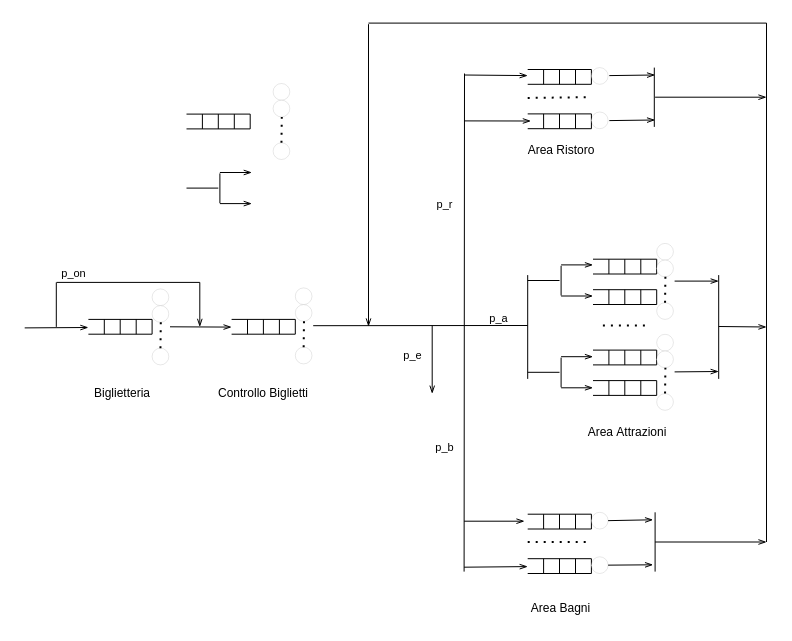
Before: page "First_Idea" (1 of 2) of Doc/First_Model.drawio in SimoneNicosanti/PMCSN_Project, a draw.io diagram. Source tidied: cells renumbered, new cells numbered last; positions are measured from the earlier drawing's top-left corner, leaving out a move shared by most shapes. Both pictures are drawn from the tidied source at 100%, with x=0, y=0 at pixel (24, 23).
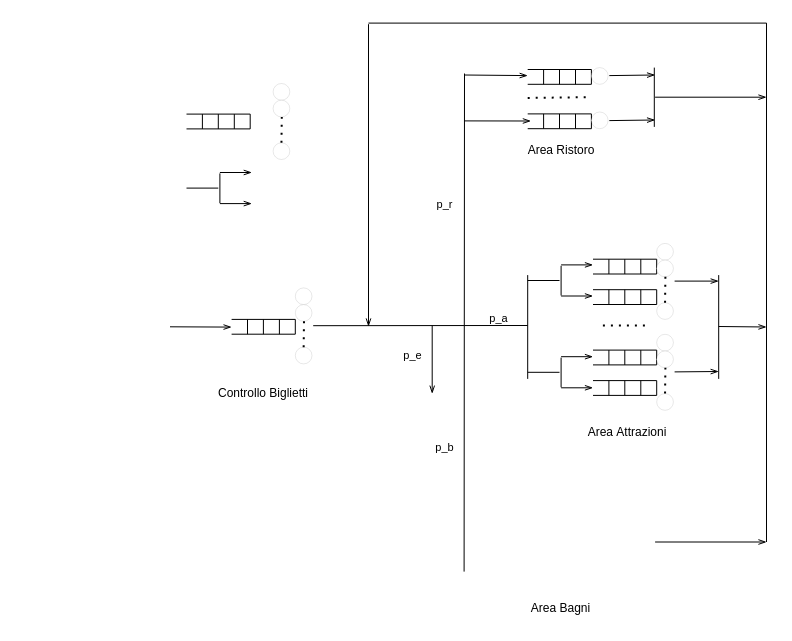
Above is the later version.

Diff of the diagram source:
```diff
@@
-    <mxCell id="3" style="group;" parent="1" vertex="1">
-      <mxGeometry x="63.9" y="295.9" width="63.7" height="14.8" as="geometry" />
-    </mxCell>
-    <mxCell id="4" style="endArrow=none;html=1;rounded=0;" parent="3" edge="1">
-      <mxGeometry relative="1" as="geometry">
-        <mxPoint as="sourcePoint" />
-        <mxPoint x="63.7" as="targetPoint" />
-      </mxGeometry>
-    </mxCell>
-    <mxCell id="5" style="endArrow=none;html=1;rounded=0;" parent="3" edge="1">
-      <mxGeometry relative="1" as="geometry">
-        <mxPoint x="63.7" y="14.8" as="sourcePoint" />
-        <mxPoint x="63.7" as="targetPoint" />
-      </mxGeometry>
-    </mxCell>
-    <mxCell id="6" style="endArrow=none;html=1;rounded=0;" parent="3" edge="1">
-      <mxGeometry relative="1" as="geometry">
-        <mxPoint y="14.8" as="sourcePoint" />
-        <mxPoint x="63.7" y="14.8" as="targetPoint" />
-      </mxGeometry>
-    </mxCell>
-    <mxCell id="7" style="endArrow=none;html=1;rounded=0;" parent="3" edge="1">
-      <mxGeometry relative="1" as="geometry">
-        <mxPoint x="47.8" y="14.8" as="sourcePoint" />
-        <mxPoint x="47.8" as="targetPoint" />
-        <Array as="points">
-          <mxPoint x="47.8" y="14.8" />
-        </Array>
-      </mxGeometry>
-    </mxCell>
-    <mxCell id="8" style="endArrow=none;html=1;rounded=0;" parent="3" edge="1">
-      <mxGeometry relative="1" as="geometry">
-        <mxPoint x="31.8" y="14.8" as="sourcePoint" />
-        <mxPoint x="31.8" as="targetPoint" />
-      </mxGeometry>
-    </mxCell>
-    <mxCell id="9" style="endArrow=none;html=1;rounded=0;" parent="3" edge="1">
-      <mxGeometry relative="1" as="geometry">
-        <mxPoint x="15.9" y="14.8" as="sourcePoint" />
-        <mxPoint x="15.9" as="targetPoint" />
-      </mxGeometry>
-    </mxCell>
-    <mxCell id="10" style="endArrow=openThin;html=1;rounded=0;startArrow=none;startFill=0;endFill=0;" parent="1" edge="1">
-      <mxGeometry relative="1" as="geometry">
-        <mxPoint x="0.2" y="304.4" as="sourcePoint" />
-        <mxPoint x="63.9" y="304" as="targetPoint" />
-      </mxGeometry>
-    </mxCell>
-    <mxCell id="11" value="Biglietteria" style="text;html=1;align=center;verticalAlign=middle;whiteSpace=wrap;rounded=0;fontSize=12;" parent="1" vertex="1">
-      <mxGeometry x="49.9" y="355.4" width="95.5" height="29.7" as="geometry" />
-    </mxCell>
@@
-    <mxCell id="25" style="group;" parent="1" vertex="1">
-      <mxGeometry x="127.6" y="265.4" width="17.9" height="76" as="geometry" />
-    </mxCell>
-    <mxCell id="26" style="ellipse;whiteSpace=wrap;html=1;strokeWidth=0;" parent="25" vertex="1">
-      <mxGeometry width="16.7" height="16.7" as="geometry" />
-    </mxCell>
-    <mxCell id="27" style="ellipse;whiteSpace=wrap;html=1;strokeWidth=0;" parent="25" vertex="1">
-      <mxGeometry y="16.7" width="16.7" height="16.7" as="geometry" />
-    </mxCell>
-    <mxCell id="28" style="ellipse;whiteSpace=wrap;html=1;strokeWidth=0;direction=south;" parent="25" vertex="1">
-      <mxGeometry y="59.3" width="16.7" height="16.7" as="geometry" />
-    </mxCell>
-    <mxCell id="29" style="endArrow=none;dashed=1;html=1;dashPattern=1 3;strokeWidth=2;rounded=0;exitX=0;exitY=0.5;exitDx=0;exitDy=0;" parent="25" edge="1" source="28">
-      <mxGeometry relative="1" as="geometry">
-        <mxPoint x="8.7" y="33.4" as="targetPoint" />
-      </mxGeometry>
-    </mxCell>
@@
-    <mxCell id="31" style="group;" parent="1" vertex="1">
-      <mxGeometry x="31.8" y="251.5" width="143.5" height="44.5" as="geometry" />
-    </mxCell>
-    <mxCell id="32" style="endArrow=none;html=1;rounded=0;" parent="31" edge="1">
-      <mxGeometry relative="1" as="geometry">
-        <mxPoint y="51.9" as="sourcePoint" />
-        <mxPoint y="7.4" as="targetPoint" />
-      </mxGeometry>
-    </mxCell>
-    <mxCell id="33" style="endArrow=none;html=1;rounded=0;" parent="31" edge="1">
-      <mxGeometry relative="1" as="geometry">
-        <mxPoint x="0.3" y="7.4" as="sourcePoint" />
-        <mxPoint x="143.5" y="7.4" as="targetPoint" />
-      </mxGeometry>
-    </mxCell>
-    <mxCell id="34" value="p_on" style="edgeLabel;html=1;align=center;verticalAlign=middle;" parent="33" vertex="1">
-      <mxGeometry x="-0.81" y="-1" relative="1" as="geometry">
-        <mxPoint x="2" y="-10" as="offset" />
-      </mxGeometry>
-    </mxCell>
-    <mxCell id="35" style="endArrow=none;html=1;rounded=0;startArrow=openThin;startFill=0;" parent="31" edge="1">
-      <mxGeometry relative="1" as="geometry">
-        <mxPoint x="143.5" y="51.9" as="sourcePoint" />
-        <mxPoint x="143.5" y="7.4" as="targetPoint" />
-      </mxGeometry>
-    </mxCell>
@@
-    <mxCell id="129" style="group;" parent="1" vertex="1">
-      <mxGeometry x="503.2" y="488.8" width="81.6" height="16.7" as="geometry" />
-    </mxCell>
-    <mxCell id="130" style="group;" parent="129" vertex="1">
-      <mxGeometry y="1.9" width="63.7" height="14.8" as="geometry" />
-    </mxCell>
-    <mxCell id="131" style="endArrow=none;html=1;rounded=0;" parent="130" edge="1">
-      <mxGeometry relative="1" as="geometry">
-        <mxPoint as="sourcePoint" />
-        <mxPoint x="63.7" as="targetPoint" />
-      </mxGeometry>
-    </mxCell>
-    <mxCell id="132" style="endArrow=none;html=1;rounded=0;" parent="130" edge="1">
-      <mxGeometry relative="1" as="geometry">
-        <mxPoint x="63.7" y="14.8" as="sourcePoint" />
-        <mxPoint x="63.7" as="targetPoint" />
-      </mxGeometry>
-    </mxCell>
-    <mxCell id="133" style="endArrow=none;html=1;rounded=0;" parent="130" edge="1">
-      <mxGeometry relative="1" as="geometry">
-        <mxPoint y="14.8" as="sourcePoint" />
-        <mxPoint x="63.7" y="14.8" as="targetPoint" />
-      </mxGeometry>
-    </mxCell>
-    <mxCell id="134" style="endArrow=none;html=1;rounded=0;" parent="130" edge="1">
-      <mxGeometry relative="1" as="geometry">
-        <mxPoint x="47.8" y="14.8" as="sourcePoint" />
-        <mxPoint x="47.8" as="targetPoint" />
-      </mxGeometry>
-    </mxCell>
-    <mxCell id="135" style="endArrow=none;html=1;rounded=0;" parent="130" edge="1">
-      <mxGeometry relative="1" as="geometry">
-        <mxPoint x="31.8" y="14.8" as="sourcePoint" />
-        <mxPoint x="31.8" as="targetPoint" />
-      </mxGeometry>
-    </mxCell>
-    <mxCell id="136" style="endArrow=none;html=1;rounded=0;" parent="130" edge="1">
-      <mxGeometry relative="1" as="geometry">
-        <mxPoint x="15.9" y="14.8" as="sourcePoint" />
-        <mxPoint x="15.9" as="targetPoint" />
-      </mxGeometry>
-    </mxCell>
-    <mxCell id="137" style="ellipse;whiteSpace=wrap;html=1;strokeWidth=0;" parent="129" vertex="1">
-      <mxGeometry x="63.7" width="16.7" height="16.7" as="geometry" />
-    </mxCell>
@@
-    <mxCell id="146" style="group;" parent="1" vertex="1">
-      <mxGeometry x="503.2" y="533.3" width="81.6" height="16.7" as="geometry" />
-    </mxCell>
-    <mxCell id="147" style="group;" parent="146" vertex="1">
-      <mxGeometry y="1.9" width="63.7" height="14.8" as="geometry" />
-    </mxCell>
-    <mxCell id="148" style="endArrow=none;html=1;rounded=0;" parent="147" edge="1">
-      <mxGeometry relative="1" as="geometry">
-        <mxPoint as="sourcePoint" />
-        <mxPoint x="63.7" as="targetPoint" />
-      </mxGeometry>
-    </mxCell>
-    <mxCell id="149" style="endArrow=none;html=1;rounded=0;" parent="147" edge="1">
-      <mxGeometry relative="1" as="geometry">
-        <mxPoint x="63.7" y="14.8" as="sourcePoint" />
-        <mxPoint x="63.7" as="targetPoint" />
-      </mxGeometry>
-    </mxCell>
-    <mxCell id="150" style="endArrow=none;html=1;rounded=0;" parent="147" edge="1">
-      <mxGeometry relative="1" as="geometry">
-        <mxPoint y="14.8" as="sourcePoint" />
-        <mxPoint x="63.7" y="14.8" as="targetPoint" />
-      </mxGeometry>
-    </mxCell>
-    <mxCell id="151" style="endArrow=none;html=1;rounded=0;" parent="147" edge="1">
-      <mxGeometry relative="1" as="geometry">
-        <mxPoint x="47.8" y="14.8" as="sourcePoint" />
-        <mxPoint x="47.8" as="targetPoint" />
-      </mxGeometry>
-    </mxCell>
-    <mxCell id="152" style="endArrow=none;html=1;rounded=0;" parent="147" edge="1">
-      <mxGeometry relative="1" as="geometry">
-        <mxPoint x="31.8" y="14.8" as="sourcePoint" />
-        <mxPoint x="31.8" as="targetPoint" />
-      </mxGeometry>
-    </mxCell>
-    <mxCell id="153" style="endArrow=none;html=1;rounded=0;" parent="147" edge="1">
-      <mxGeometry relative="1" as="geometry">
-        <mxPoint x="15.9" y="14.8" as="sourcePoint" />
-        <mxPoint x="15.9" as="targetPoint" />
-      </mxGeometry>
-    </mxCell>
-    <mxCell id="154" style="ellipse;whiteSpace=wrap;html=1;strokeWidth=0;" parent="146" vertex="1">
-      <mxGeometry x="63.7" width="16.7" height="16.7" as="geometry" />
-    </mxCell>
-    <mxCell id="155" style="endArrow=openThin;html=1;rounded=0;endFill=0;" parent="1" edge="1">
-      <mxGeometry relative="1" as="geometry">
-        <mxPoint x="439.6" y="497.7" as="sourcePoint" />
-        <mxPoint x="500" y="497.7" as="targetPoint" />
-      </mxGeometry>
-    </mxCell>
-    <mxCell id="156" style="endArrow=openThin;html=1;rounded=0;endFill=0;" parent="1" edge="1">
-      <mxGeometry relative="1" as="geometry">
-        <mxPoint x="439.6" y="543.7" as="sourcePoint" />
-        <mxPoint x="503.2" y="543.1" as="targetPoint" />
-      </mxGeometry>
-    </mxCell>
-    <mxCell id="157" style="endArrow=none;dashed=1;html=1;dashPattern=1 3;strokeWidth=2;rounded=0;" parent="1" edge="1">
-      <mxGeometry relative="1" as="geometry">
-        <mxPoint x="503.2" y="518.5" as="sourcePoint" />
-        <mxPoint x="566.9" y="518.5" as="targetPoint" />
-      </mxGeometry>
-    </mxCell>
-    <mxCell id="158" style="endArrow=none;html=1;rounded=0;" parent="1" edge="1">
-      <mxGeometry relative="1" as="geometry">
-        <mxPoint x="630.6" y="548.1" as="sourcePoint" />
-        <mxPoint x="630.6" y="488.8" as="targetPoint" />
-      </mxGeometry>
-    </mxCell>
-    <mxCell id="159" style="endArrow=openThin;html=1;rounded=0;endFill=0;exitX=1;exitY=0.5;exitDx=0;exitDy=0;" parent="1" edge="1" source="137">
-      <mxGeometry relative="1" as="geometry">
-        <mxPoint x="628.6" y="496.3" as="targetPoint" />
-      </mxGeometry>
-    </mxCell>
-    <mxCell id="160" style="endArrow=openThin;html=1;rounded=0;endFill=0;exitX=1;exitY=0.5;exitDx=0;exitDy=0;" parent="1" edge="1" source="154">
-      <mxGeometry relative="1" as="geometry">
-        <mxPoint x="628.6" y="541.3" as="targetPoint" />
-      </mxGeometry>
-    </mxCell>
```
